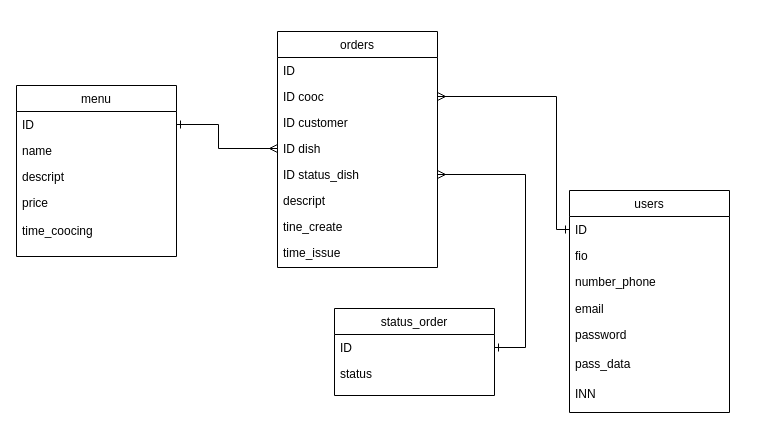
The draw.io diagram docs/BD_dining_room.drawio in Danyfff/dining_room, before the edit. Source tidied: cells renumbered, new cells numbered last; positions are measured from the earlier drawing's top-left corner, leaving out a move shared by most shapes. Both pictures are drawn from the tidied source at 100%, with x=0, y=0 at pixel (16, 31).
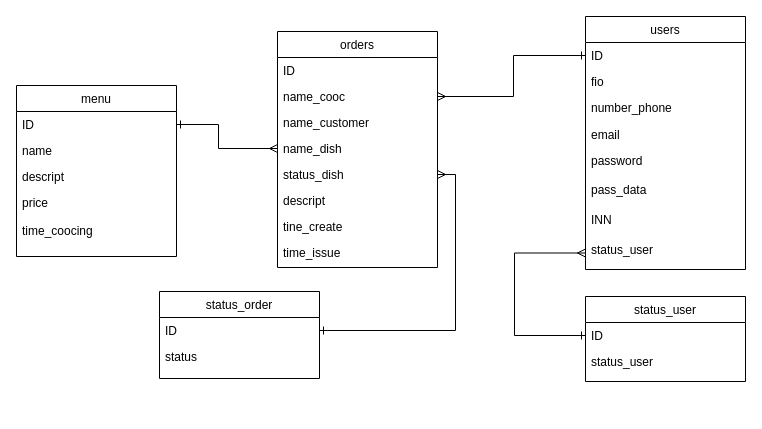
Above is the later version.

Commit message (it also covers changes not shown here):
Updte BD diogramm

Unchanged cells that the change refers to:
```xml
<mxCell id="3" value="ID" style="text;align=left;verticalAlign=top;spacingLeft=4;spacingRight=4;overflow=hidden;points=[[0,0.5],[1,0.5]];portConstraint=eastwest;" parent="2" vertex="1">
  <mxGeometry y="26" width="160" height="26" as="geometry" />
</mxCell>
<mxCell id="16" value="orders" style="swimlane;fontStyle=0;align=center;verticalAlign=top;horizontal=1;startSize=26;rounded=0;shadow=0;strokeWidth=1;" parent="1" vertex="1">
  <mxGeometry x="261" width="160" height="236" as="geometry" />
</mxCell>
<mxCell id="28" value="ID&#10;" style="text;align=left;verticalAlign=top;spacingLeft=4;spacingRight=4;overflow=hidden;points=[[0,0.5],[1,0.5]];portConstraint=eastwest;" parent="27" vertex="1">
  <mxGeometry y="26" width="160" height="26" as="geometry" />
</mxCell>
```

What changed in the source:
```diff
@@
     <mxCell id="2" value="users" style="swimlane;fontStyle=0;align=center;verticalAlign=top;horizontal=1;startSize=26;rounded=0;shadow=0;strokeWidth=1;" parent="1" vertex="1">
-      <mxGeometry x="553" y="159" width="160" height="222" as="geometry" />
+      <mxGeometry x="569" y="-15" width="160" height="253" as="geometry" />
     </mxCell>
@@
     <mxCell id="9" value="INN" style="text;align=left;verticalAlign=top;spacingLeft=4;spacingRight=4;overflow=hidden;" parent="2" vertex="1">
-      <mxGeometry y="190" width="160" height="29" as="geometry" />
+      <mxGeometry y="190" width="160" height="30" as="geometry" />
     </mxCell>
+    <mxCell id="31" value="status_user" style="text;align=left;verticalAlign=top;spacingLeft=4;spacingRight=4;overflow=hidden;points=[[0,0.5],[1,0.5]];portConstraint=eastwest;" parent="2" vertex="1">
+      <mxGeometry y="220" width="160" height="33" as="geometry" />
+    </mxCell>
@@
-    <mxCell id="18" value="ID cooc" style="text;align=left;verticalAlign=top;spacingLeft=4;spacingRight=4;overflow=hidden;points=[[0,0.5],[1,0.5]];portConstraint=eastwest;rounded=0;shadow=0;html=0;" parent="16" vertex="1">
+    <mxCell id="18" value="name_cooc" style="text;align=left;verticalAlign=top;spacingLeft=4;spacingRight=4;overflow=hidden;points=[[0,0.5],[1,0.5]];portConstraint=eastwest;rounded=0;shadow=0;html=0;" parent="16" vertex="1">
       <mxGeometry y="52" width="160" height="26" as="geometry" />
     </mxCell>
-    <mxCell id="19" value="ID customer" style="text;align=left;verticalAlign=top;spacingLeft=4;spacingRight=4;overflow=hidden;rounded=0;shadow=0;html=0;" parent="16" vertex="1">
+    <mxCell id="19" value="name_customer" style="text;align=left;verticalAlign=top;spacingLeft=4;spacingRight=4;overflow=hidden;rounded=0;shadow=0;html=0;" parent="16" vertex="1">
       <mxGeometry y="78" width="160" height="26" as="geometry" />
     </mxCell>
-    <mxCell id="20" value="ID dish" style="text;align=left;verticalAlign=top;spacingLeft=4;spacingRight=4;overflow=hidden;points=[[0,0.5],[1,0.5]];portConstraint=eastwest;rounded=0;shadow=0;html=0;" parent="16" vertex="1">
+    <mxCell id="20" value="name_dish" style="text;align=left;verticalAlign=top;spacingLeft=4;spacingRight=4;overflow=hidden;points=[[0,0.5],[1,0.5]];portConstraint=eastwest;rounded=0;shadow=0;html=0;" parent="16" vertex="1">
       <mxGeometry y="104" width="160" height="26" as="geometry" />
     </mxCell>
-    <mxCell id="21" value="ID status_dish" style="text;align=left;verticalAlign=top;spacingLeft=4;spacingRight=4;overflow=hidden;points=[[0,0.5],[1,0.5]];portConstraint=eastwest;" parent="16" vertex="1">
+    <mxCell id="21" value="status_dish" style="text;align=left;verticalAlign=top;spacingLeft=4;spacingRight=4;overflow=hidden;points=[[0,0.5],[1,0.5]];portConstraint=eastwest;" parent="16" vertex="1">
       <mxGeometry y="130" width="160" height="26" as="geometry" />
     </mxCell>
@@
     <mxCell id="26" style="html=1;verticalAlign=bottom;labelBackgroundColor=none;endArrow=ERmany;endFill=0;rounded=0;exitX=0;exitY=0.5;exitDx=0;exitDy=0;edgeStyle=elbowEdgeStyle;entryX=1;entryY=0.5;entryDx=0;entryDy=0;startArrow=ERone;startFill=0;" parent="1" edge="1" source="3" target="18">
       <mxGeometry relative="1" as="geometry">
         <Array as="points">
-          <mxPoint x="540" y="134" />
+          <mxPoint x="497" y="47" />
         </Array>
       </mxGeometry>
     </mxCell>
     <mxCell id="27" value="status_order" style="swimlane;fontStyle=0;align=center;verticalAlign=top;horizontal=1;startSize=26;rounded=0;shadow=0;strokeWidth=1;" parent="1" vertex="1">
-      <mxGeometry x="318" y="277" width="160" height="87" as="geometry" />
+      <mxGeometry x="143" y="260" width="160" height="87" as="geometry" />
     </mxCell>
@@
     <mxCell id="30" style="html=1;verticalAlign=bottom;labelBackgroundColor=none;endArrow=ERmany;endFill=0;rounded=0;exitX=1;exitY=0.5;exitDx=0;exitDy=0;edgeStyle=elbowEdgeStyle;startArrow=ERone;startFill=0;entryX=1;entryY=0.5;entryDx=0;entryDy=0;" parent="1" edge="1" source="28" target="21">
       <mxGeometry relative="1" as="geometry">
         <Array as="points">
-          <mxPoint x="509" y="231" />
+          <mxPoint x="439" y="228" />
         </Array>
       </mxGeometry>
     </mxCell>
+    <mxCell id="32" value="status_user" style="swimlane;fontStyle=0;align=center;verticalAlign=top;horizontal=1;startSize=26;rounded=0;shadow=0;strokeWidth=1;" parent="1" vertex="1">
+      <mxGeometry x="569" y="265" width="160" height="85" as="geometry" />
+    </mxCell>
+    <mxCell id="33" value="ID&#10;" style="text;align=left;verticalAlign=top;spacingLeft=4;spacingRight=4;overflow=hidden;points=[[0,0.5],[1,0.5]];portConstraint=eastwest;" parent="32" vertex="1">
+      <mxGeometry y="26" width="160" height="26" as="geometry" />
+    </mxCell>
+    <mxCell id="34" value="status_user" style="text;align=left;verticalAlign=top;spacingLeft=4;spacingRight=4;overflow=hidden;" parent="32" vertex="1">
+      <mxGeometry y="52" width="160" height="26" as="geometry" />
+    </mxCell>
+    <mxCell id="35" style="html=1;verticalAlign=bottom;labelBackgroundColor=none;endArrow=ERmany;endFill=0;rounded=0;exitX=0;exitY=0.5;exitDx=0;exitDy=0;edgeStyle=elbowEdgeStyle;startArrow=ERone;startFill=0;entryX=0;entryY=0.5;entryDx=0;entryDy=0;" parent="1" edge="1" source="33" target="31">
+      <mxGeometry relative="1" as="geometry">
+        <Array as="points">
+          <mxPoint x="498" y="263" />
+        </Array>
+      </mxGeometry>
+    </mxCell>
```
